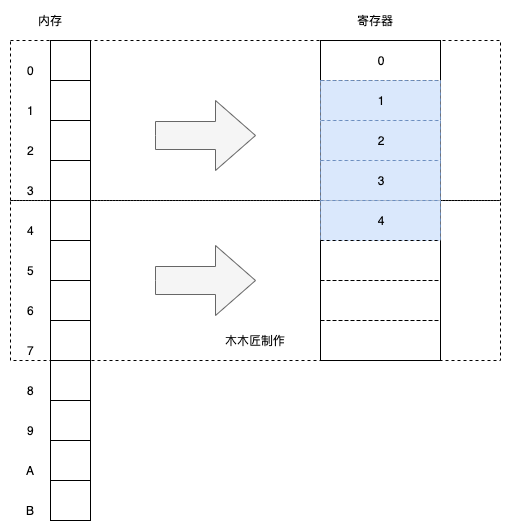
kinglaw1204/blogImage keeps this draw.io diagram as Java对象内存占用/内存对齐-内存读取过程.png. Above is the earlier version. Source tidied: cells renumbered, new cells last; positions are measured from the earlier drawing's top-left corner, leaving out a move shared by most shapes.
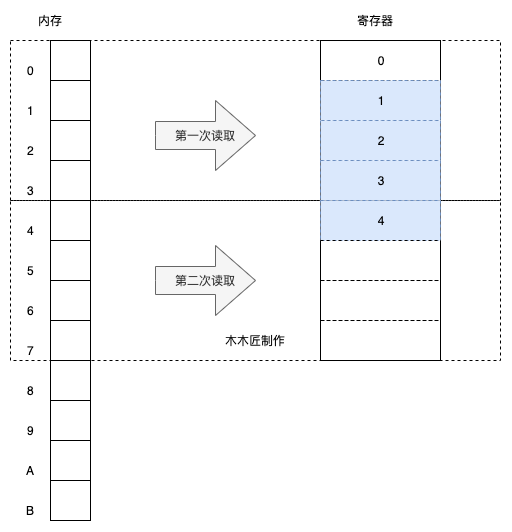
Above is the later version.

Change to the diagram source:
```diff
@@ -113,10 +113,10 @@
     <mxCell id="38" style="rounded=0;whiteSpace=wrap;html=1;dashed=1;fillColor=none;" parent="1" vertex="1">
       <mxGeometry x="310" y="310" width="120" height="40" as="geometry" />
     </mxCell>
-    <mxCell id="39" style="html=1;shadow=0;dashed=0;align=center;verticalAlign=middle;shape=mxgraph.arrows2.arrow;dy=0.6;dx=40;notch=0;fillColor=#f5f5f5;strokeColor=#666666;fontColor=#333333;" parent="1" vertex="1">
+    <mxCell id="39" value="第一次读取" style="html=1;shadow=0;dashed=0;align=center;verticalAlign=middle;shape=mxgraph.arrows2.arrow;dy=0.6;dx=40;notch=0;fillColor=#f5f5f5;strokeColor=#666666;fontColor=#333333;" parent="1" vertex="1">
       <mxGeometry x="145" y="90" width="100" height="70" as="geometry" />
     </mxCell>
-    <mxCell id="40" style="html=1;shadow=0;dashed=0;align=center;verticalAlign=middle;shape=mxgraph.arrows2.arrow;dy=0.6;dx=40;notch=0;fillColor=#f5f5f5;strokeColor=#666666;fontColor=#333333;" parent="1" vertex="1">
+    <mxCell id="40" value="第二次读取" style="html=1;shadow=0;dashed=0;align=center;verticalAlign=middle;shape=mxgraph.arrows2.arrow;dy=0.6;dx=40;notch=0;fillColor=#f5f5f5;strokeColor=#666666;fontColor=#333333;" parent="1" vertex="1">
       <mxGeometry x="145" y="235" width="100" height="70" as="geometry" />
     </mxCell>
     <mxCell id="41" value="木木匠制作&lt;br&gt;" style="text;html=1;align=center;verticalAlign=middle;fillColor=none;strokeColor=none;rounded=0;dashed=1;" parent="1" vertex="1">
```
